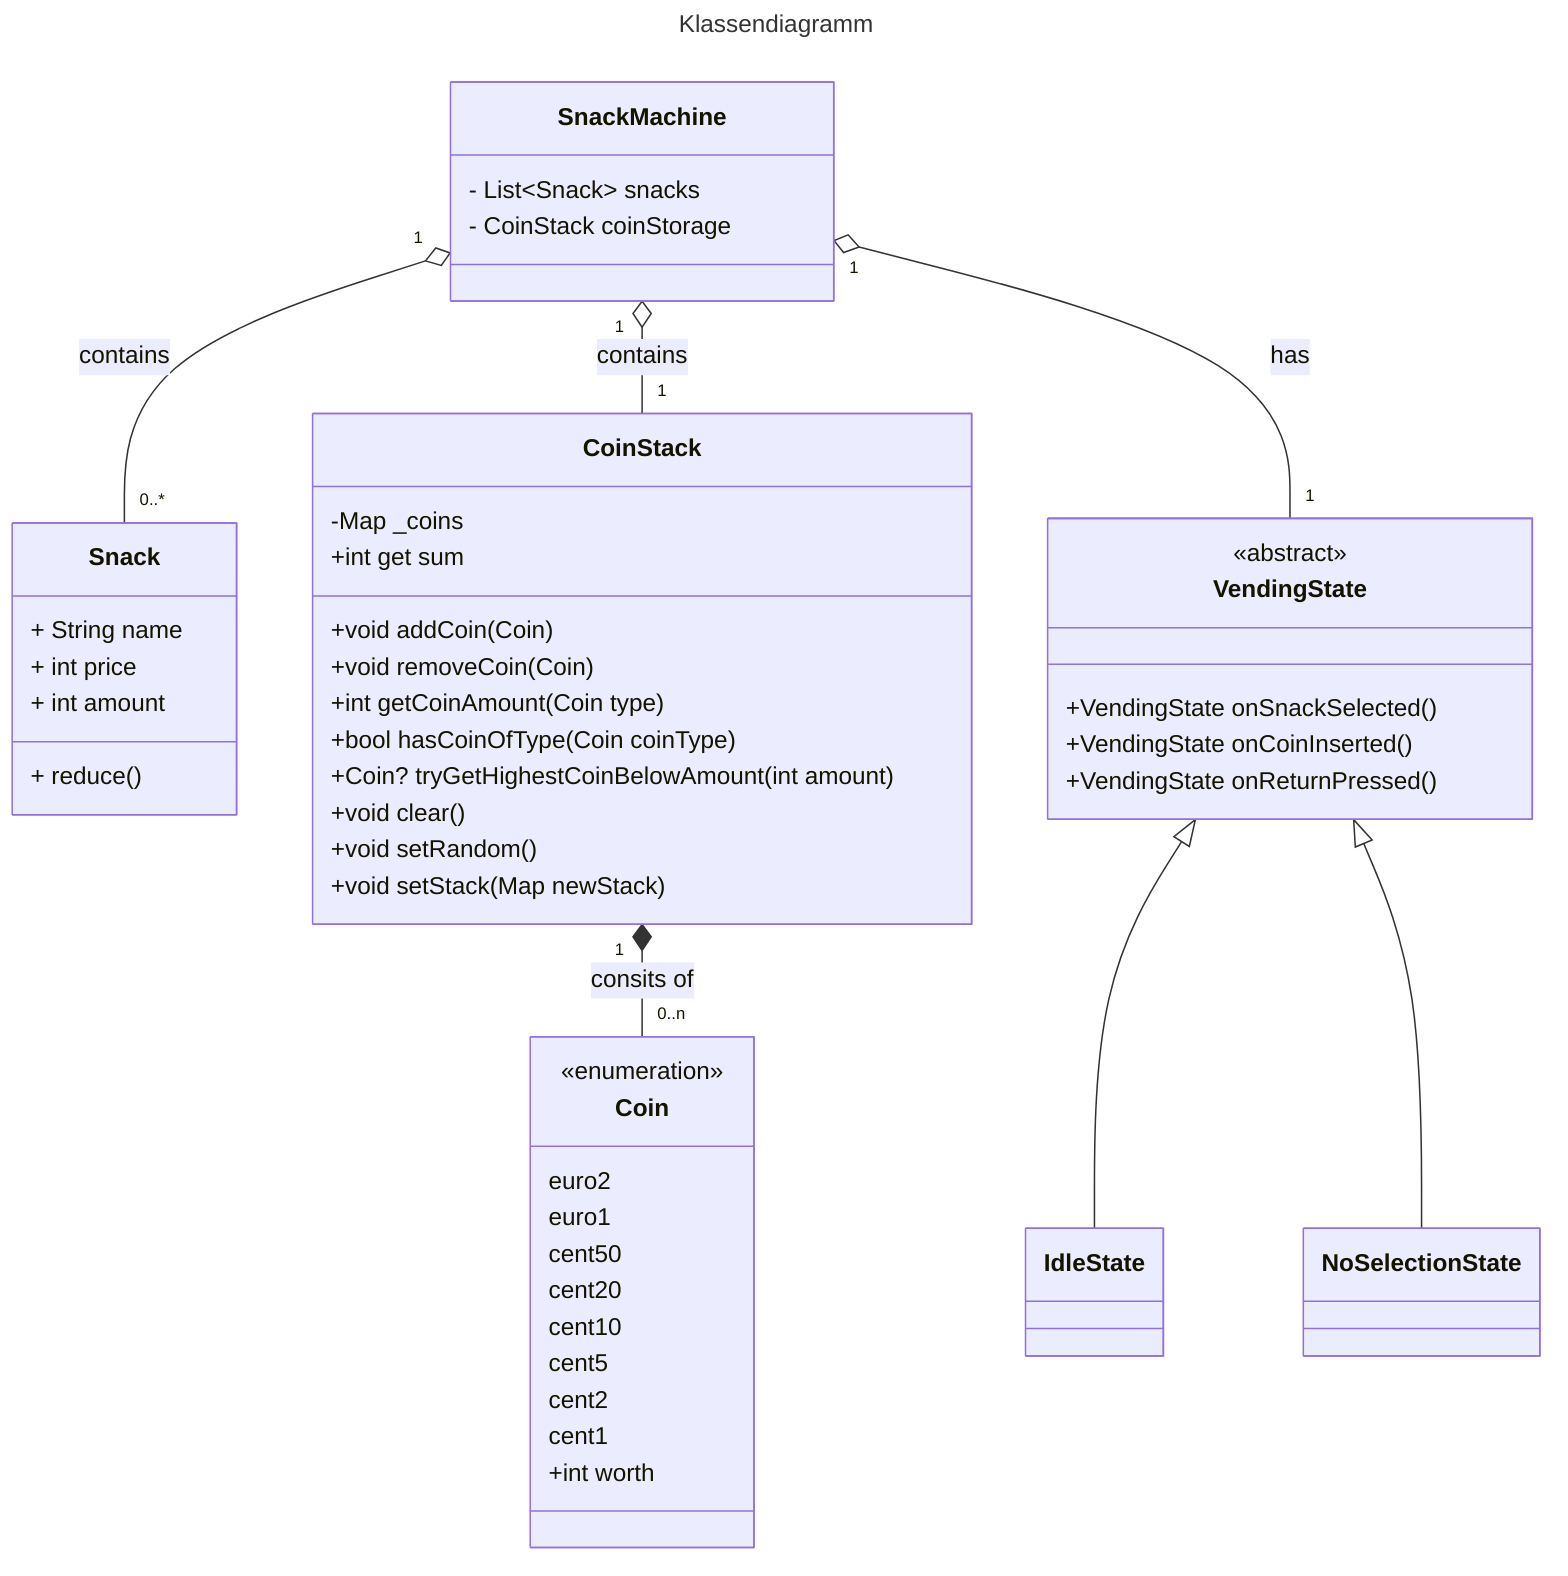
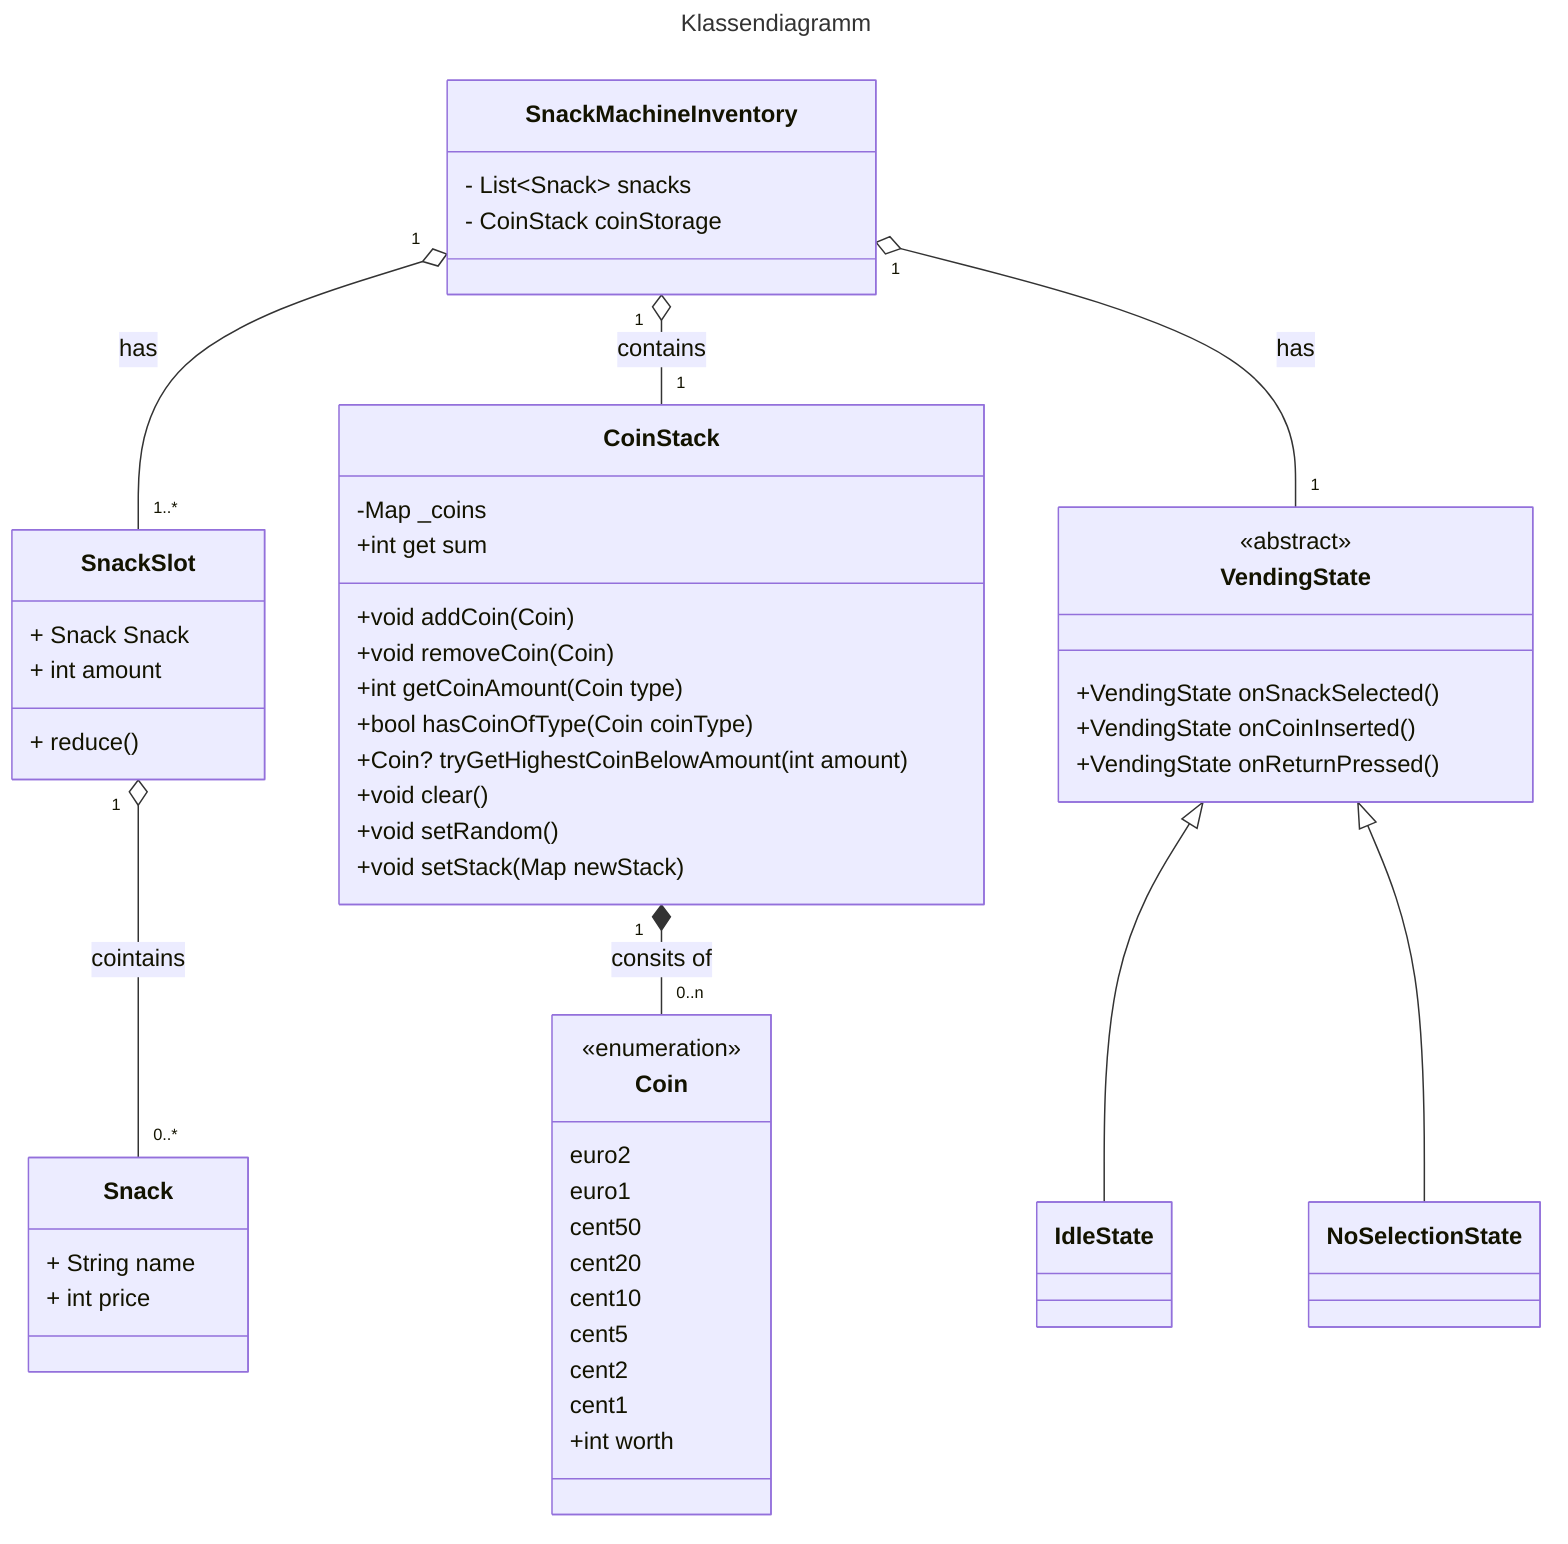
---
title: Klassendiagramm
---
classDiagram
-     class SnackMachine{
+     class SnackMachineInventory{
        - List~Snack~ snacks
        - CoinStack coinStorage
    }
+     class SnackSlot{
+         + Snack Snack
+         + int amount
+         + reduce()
+     }
+ 
    class Snack{
        + String name
        + int price
-         + int amount
-         + reduce()
    }

    class CoinStack{
        -Map<Coin, int> _coins
        +int get sum
        +void addCoin(Coin)
        +void removeCoin(Coin)
        +int getCoinAmount(Coin type)
        +bool hasCoinOfType(Coin coinType)
        +Coin? tryGetHighestCoinBelowAmount(int amount)
        +void clear()
        +void setRandom()
        +void setStack(Map<Coin, int> newStack)
    }
    class Coin{
        <<enumeration>>
        euro2
        euro1
        cent50
        cent20
        cent10
        cent5
        cent2
        cent1

        +int worth
    }
    class VendingState{
        <<abstract>>
            +VendingState onSnackSelected()
            +VendingState onCoinInserted()
            +VendingState onReturnPressed()
        }

    class IdleState{
    }
    class NoSelectionState{}

- SnackMachine "1" o-- "0..*" Snack: contains
- SnackMachine "1" o-- "1" CoinStack: contains
- SnackMachine "1" o-- "1" VendingState: has
+ SnackMachineInventory "1" o-- "1..*" SnackSlot: has
+ SnackMachineInventory "1" o-- "1" CoinStack: contains
+ SnackMachineInventory "1" o-- "1" VendingState: has
CoinStack "1" *-- "0..n" Coin: consits of
+ SnackSlot "1" o-- "0..*" Snack: cointains
VendingState <|-- IdleState
VendingState <|-- NoSelectionState